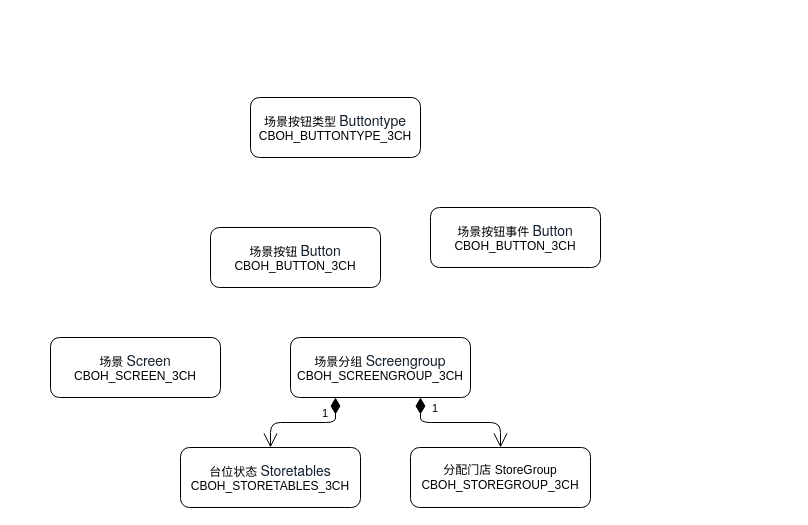
This is 本地BOH/场景相关.drawio from liuchenwei2000/diagram, a draw.io file, before an edit. Source tidied: cells renumbered, new cells numbered last; positions are measured from the earlier drawing's top-left corner, leaving out a move shared by most shapes. Both pictures are drawn from the tidied source at 100%, with x=0, y=0 at pixel (50, 97).
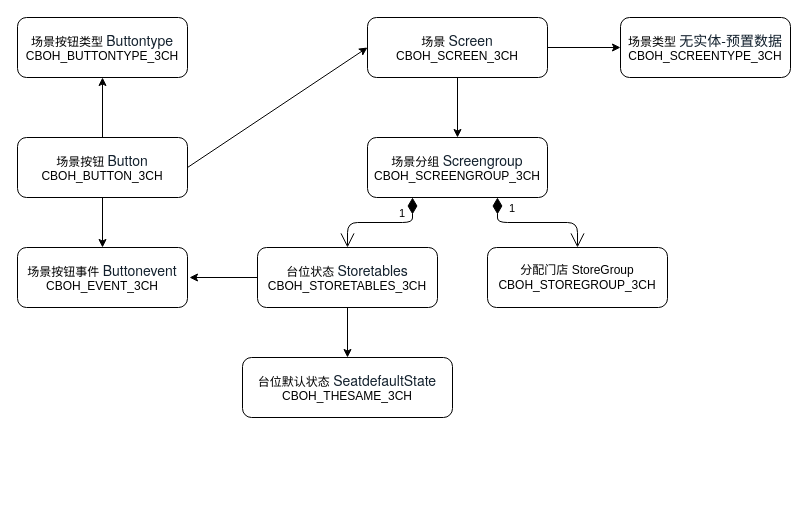
The same page after the edit.

Diff of the diagram source:
```diff
@@
     <mxCell id="2" value="场景按钮类型&amp;nbsp;&lt;span style=&quot;color: rgb(17 , 31 , 44) ; font-family: &amp;#34;helvetica neue&amp;#34; ; font-size: 14px&quot;&gt;Buttontype&lt;/span&gt;&lt;br&gt;CBOH_BUTTONTYPE_3CH" style="rounded=1;whiteSpace=wrap;html=1;" parent="1" vertex="1">
-      <mxGeometry x="200" width="170" height="60" as="geometry" />
+      <mxGeometry x="-33" y="-80" width="170" height="60" as="geometry" />
     </mxCell>
     <mxCell id="3" value="场景按钮&amp;nbsp;&lt;span style=&quot;color: rgb(17 , 31 , 44) ; font-family: &amp;#34;helvetica neue&amp;#34; ; font-size: 14px&quot;&gt;Button&lt;/span&gt;&lt;br&gt;CBOH_BUTTON_3CH" style="rounded=1;whiteSpace=wrap;html=1;" parent="1" vertex="1">
-      <mxGeometry x="160" y="130" width="170" height="60" as="geometry" />
+      <mxGeometry x="-33" y="40" width="170" height="60" as="geometry" />
     </mxCell>
-    <mxCell id="4" value="场景按钮事件&amp;nbsp;&lt;span style=&quot;color: rgb(17 , 31 , 44) ; font-family: &amp;#34;helvetica neue&amp;#34; ; font-size: 14px&quot;&gt;Button&lt;/span&gt;&lt;br&gt;CBOH_BUTTON_3CH" style="rounded=1;whiteSpace=wrap;html=1;" parent="1" vertex="1">
-      <mxGeometry x="380" y="110" width="170" height="60" as="geometry" />
+    <mxCell id="4" value="场景按钮事件&amp;nbsp;&lt;span style=&quot;color: rgb(17 , 31 , 44) ; font-family: &amp;#34;helvetica neue&amp;#34; ; font-size: 14px&quot;&gt;Buttonevent&lt;/span&gt;&lt;br&gt;CBOH_EVENT_3CH" style="rounded=1;whiteSpace=wrap;html=1;" parent="1" vertex="1">
+      <mxGeometry x="-33" y="150" width="170" height="60" as="geometry" />
     </mxCell>
     <mxCell id="5" value="场景分组&amp;nbsp;&lt;span style=&quot;color: rgb(17 , 31 , 44) ; font-family: &amp;#34;helvetica neue&amp;#34; ; font-size: 14px&quot;&gt;Screengroup&lt;/span&gt;&lt;br&gt;CBOH_SCREENGROUP_3CH" style="rounded=1;whiteSpace=wrap;html=1;" parent="1" vertex="1">
-      <mxGeometry x="240" y="240" width="180" height="60" as="geometry" />
+      <mxGeometry x="317" y="40" width="180" height="60" as="geometry" />
     </mxCell>
     <mxCell id="6" value="场景&amp;nbsp;&lt;span style=&quot;color: rgb(17 , 31 , 44) ; font-family: &amp;#34;helvetica neue&amp;#34; ; font-size: 14px&quot;&gt;Screen&lt;/span&gt;&lt;br&gt;CBOH_SCREEN_3CH" style="rounded=1;whiteSpace=wrap;html=1;" parent="1" vertex="1">
-      <mxGeometry y="240" width="170" height="60" as="geometry" />
+      <mxGeometry x="317" y="-80" width="180" height="60" as="geometry" />
     </mxCell>
     <mxCell id="7" value="台位状态 &lt;font color=&quot;#111f2c&quot; face=&quot;helvetica neue&quot;&gt;&lt;span style=&quot;font-size: 14px&quot;&gt;Storetables&lt;/span&gt;&lt;/font&gt;&lt;br&gt;CBOH_STORETABLES_3CH" style="rounded=1;whiteSpace=wrap;html=1;" parent="1" vertex="1">
-      <mxGeometry x="130" y="350" width="180" height="60" as="geometry" />
+      <mxGeometry x="207" y="150" width="180" height="60" as="geometry" />
     </mxCell>
     <mxCell id="8" value="分配门店 StoreGroup&lt;br&gt;CBOH_STOREGROUP_3CH" style="rounded=1;whiteSpace=wrap;html=1;" parent="1" vertex="1">
-      <mxGeometry x="360" y="350" width="180" height="60" as="geometry" />
+      <mxGeometry x="437" y="150" width="180" height="60" as="geometry" />
     </mxCell>
     <mxCell id="9" value="1" style="endArrow=open;html=1;endSize=12;startArrow=diamondThin;startSize=14;startFill=1;edgeStyle=orthogonalEdgeStyle;align=left;verticalAlign=bottom;entryX=0.5;entryY=0;entryDx=0;entryDy=0;exitX=0.25;exitY=1;exitDx=0;exitDy=0;" parent="1" edge="1" source="5" target="7">
       <mxGeometry x="-0.57" y="-15" relative="1" as="geometry">
         <Array as="points">
-          <mxPoint x="285" y="325" />
-          <mxPoint x="220" y="325" />
+          <mxPoint x="362" y="125" />
+          <mxPoint x="297" y="125" />
         </Array>
         <mxPoint x="-15" y="15" as="offset" />
       </mxGeometry>
     </mxCell>
@@
+    <mxCell id="11" style="endArrow=classic;html=1;exitX=0;exitY=0.5;exitDx=0;exitDy=0;" parent="1" edge="1" source="7">
+      <mxGeometry relative="1" as="geometry">
+        <mxPoint x="139" y="180" as="targetPoint" />
+      </mxGeometry>
+    </mxCell>
+    <mxCell id="12" value="台位默认状态 &lt;font color=&quot;#111f2c&quot; face=&quot;helvetica neue&quot;&gt;&lt;span style=&quot;font-size: 14px&quot;&gt;SeatdefaultState&lt;/span&gt;&lt;/font&gt;&lt;br&gt;CBOH_THESAME_3CH" style="rounded=1;whiteSpace=wrap;html=1;" parent="1" vertex="1">
+      <mxGeometry x="192" y="260" width="210" height="60" as="geometry" />
+    </mxCell>
+    <mxCell id="13" style="endArrow=classic;html=1;exitX=0.5;exitY=1;exitDx=0;exitDy=0;" parent="1" edge="1" source="7" target="12">
+      <mxGeometry relative="1" as="geometry" />
+    </mxCell>
+    <mxCell id="14" style="endArrow=classic;html=1;exitX=0.5;exitY=1;exitDx=0;exitDy=0;" parent="1" edge="1" source="6" target="5">
+      <mxGeometry relative="1" as="geometry" />
+    </mxCell>
+    <mxCell id="15" value="场景类型 &lt;font color=&quot;#111f2c&quot; face=&quot;helvetica neue&quot;&gt;&lt;span style=&quot;font-size: 14px&quot;&gt;无实体-预置数据&lt;/span&gt;&lt;/font&gt;&lt;br&gt;CBOH_SCREENTYPE_3CH" style="rounded=1;whiteSpace=wrap;html=1;" parent="1" vertex="1">
+      <mxGeometry x="570" y="-80" width="170" height="60" as="geometry" />
+    </mxCell>
+    <mxCell id="16" style="endArrow=classic;html=1;entryX=0;entryY=0.5;entryDx=0;entryDy=0;exitX=1;exitY=0.5;exitDx=0;exitDy=0;" parent="1" edge="1" source="6" target="15">
+      <mxGeometry relative="1" as="geometry" />
+    </mxCell>
+    <mxCell id="17" style="endArrow=classic;html=1;entryX=0.5;entryY=0;entryDx=0;entryDy=0;" parent="1" edge="1" target="4">
+      <mxGeometry relative="1" as="geometry">
+        <mxPoint x="52" y="100" as="sourcePoint" />
+      </mxGeometry>
+    </mxCell>
+    <mxCell id="18" style="endArrow=classic;html=1;exitX=0.5;exitY=0;exitDx=0;exitDy=0;entryX=0.5;entryY=1;entryDx=0;entryDy=0;" parent="1" edge="1" source="3" target="2">
+      <mxGeometry relative="1" as="geometry" />
+    </mxCell>
+    <mxCell id="19" style="endArrow=classic;html=1;exitX=1;exitY=0.5;exitDx=0;exitDy=0;entryX=0;entryY=0.5;entryDx=0;entryDy=0;" parent="1" edge="1" source="3" target="6">
+      <mxGeometry relative="1" as="geometry" />
+    </mxCell>
```
